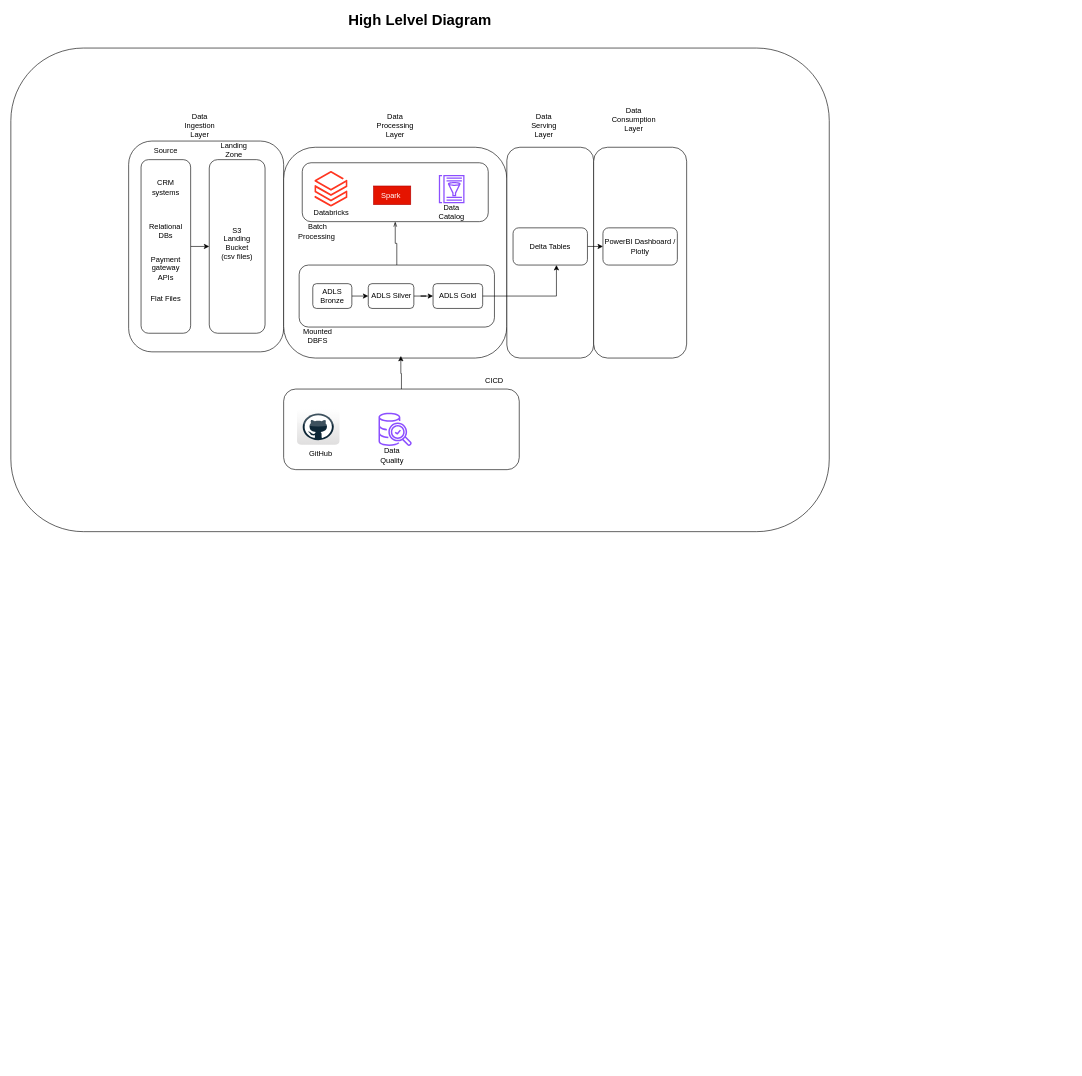
The draw.io diagram Retailer Sales Performance.drawio in SanjibSaikia/Bayer-Hackathon, before the edit. Source tidied: cells renumbered, new cells numbered last; positions are measured from the earlier drawing's top-left corner, leaving out a move shared by most shapes. Both pictures are drawn from the tidied source at 62%, with x=0, y=0 at pixel (11, 11).
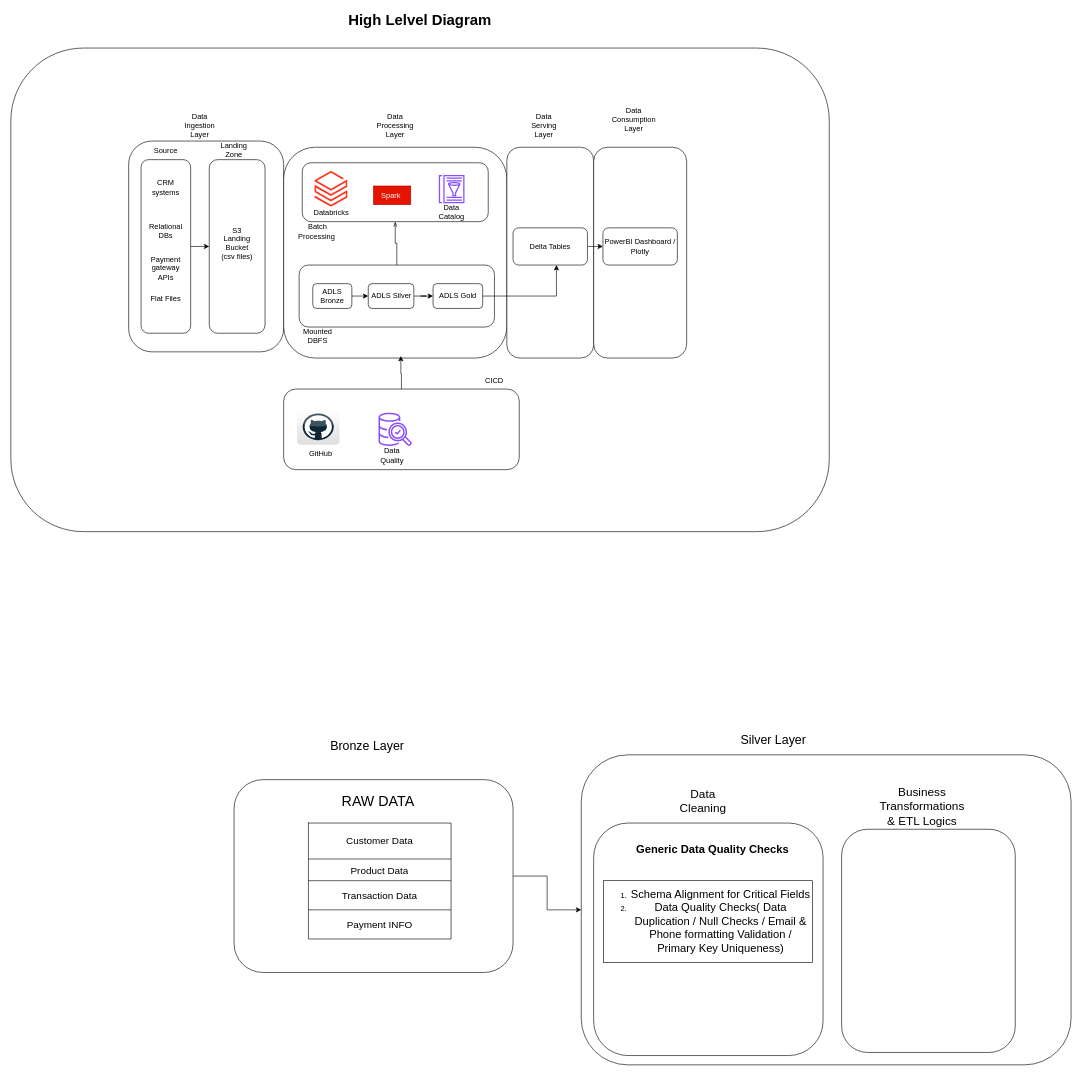
Above is the later version.

Diff of the diagram source:
```diff
@@
+    <mxCell id="48" style="edgeStyle=orthogonalEdgeStyle;rounded=0;jettySize=auto;html=1;entryX=0;entryY=0.5;entryDx=0;entryDy=0;" parent="1" edge="1" source="49" target="50">
+      <mxGeometry relative="1" as="geometry" />
+    </mxCell>
+    <mxCell id="49" style="rounded=1;whiteSpace=wrap;html=1;" parent="1" vertex="1">
+      <mxGeometry x="360" y="1240" width="450" height="311" as="geometry" />
+    </mxCell>
+    <mxCell id="50" style="rounded=1;whiteSpace=wrap;html=1;" parent="1" vertex="1">
+      <mxGeometry x="920" y="1200" width="790" height="500" as="geometry" />
+    </mxCell>
+    <mxCell id="51" style="shape=table;startSize=0;childLayout=tableLayout;fontSize=16;" parent="1" vertex="1">
+      <mxGeometry x="480" y="1310" width="230" height="187" as="geometry" />
+    </mxCell>
+    <mxCell id="52" style="shape=tableRow;horizontal=0;startSize=0;swimlaneHead=0;swimlaneBody=0;strokeColor=inherit;top=0;left=0;bottom=0;right=0;fillColor=none;fontSize=16;" parent="51" vertex="1">
+      <mxGeometry width="230" height="58" as="geometry" />
+    </mxCell>
+    <mxCell id="53" value="Customer Data" style="shape=partialRectangle;html=1;whiteSpace=wrap;strokeColor=inherit;overflow=hidden;fillColor=none;top=0;left=0;bottom=0;right=0;fontSize=16;" parent="52" vertex="1">
+      <mxGeometry width="230" height="58" as="geometry" />
+    </mxCell>
+    <mxCell id="54" style="shape=tableRow;horizontal=0;startSize=0;swimlaneHead=0;swimlaneBody=0;strokeColor=inherit;top=0;left=0;bottom=0;right=0;fillColor=none;fontSize=16;" parent="51" vertex="1">
+      <mxGeometry y="58" width="230" height="35" as="geometry" />
+    </mxCell>
+    <mxCell id="55" value="Product Data" style="shape=partialRectangle;html=1;whiteSpace=wrap;strokeColor=inherit;overflow=hidden;fillColor=none;top=0;left=0;bottom=0;right=0;fontSize=16;" parent="54" vertex="1">
+      <mxGeometry width="230" height="35" as="geometry" />
+    </mxCell>
+    <mxCell id="56" style="shape=tableRow;horizontal=0;startSize=0;swimlaneHead=0;swimlaneBody=0;strokeColor=inherit;top=0;left=0;bottom=0;right=0;fillColor=none;fontSize=16;" parent="51" vertex="1">
+      <mxGeometry y="93" width="230" height="47" as="geometry" />
+    </mxCell>
+    <mxCell id="57" value="Transaction Data" style="shape=partialRectangle;html=1;whiteSpace=wrap;strokeColor=inherit;overflow=hidden;fillColor=none;top=0;left=0;bottom=0;right=0;fontSize=16;" parent="56" vertex="1">
+      <mxGeometry width="230" height="47" as="geometry" />
+    </mxCell>
+    <mxCell id="58" style="shape=tableRow;horizontal=0;startSize=0;swimlaneHead=0;swimlaneBody=0;strokeColor=inherit;top=0;left=0;bottom=0;right=0;fillColor=none;fontSize=16;" parent="51" vertex="1">
+      <mxGeometry y="140" width="230" height="47" as="geometry" />
+    </mxCell>
+    <mxCell id="59" value="Payment INFO" style="shape=partialRectangle;html=1;whiteSpace=wrap;strokeColor=inherit;overflow=hidden;fillColor=none;top=0;left=0;bottom=0;right=0;fontSize=16;" parent="58" vertex="1">
+      <mxGeometry width="230" height="47" as="geometry" />
+    </mxCell>
+    <mxCell id="60" value="&lt;font style=&quot;font-size: 23px;&quot;&gt;RAW DATA&lt;/font&gt;" style="text;html=1;whiteSpace=wrap;strokeColor=none;fillColor=none;align=center;verticalAlign=middle;rounded=0;" parent="1" vertex="1">
+      <mxGeometry x="490" y="1260" width="205" height="30" as="geometry" />
+    </mxCell>
+    <mxCell id="61" value="&lt;font style=&quot;font-size: 20px;&quot;&gt;Bronze Layer&lt;/font&gt;" style="text;html=1;whiteSpace=wrap;strokeColor=none;fillColor=none;align=center;verticalAlign=middle;rounded=0;" parent="1" vertex="1">
+      <mxGeometry x="505" y="1170" width="140" height="30" as="geometry" />
+    </mxCell>
+    <mxCell id="62" value="&lt;font style=&quot;font-size: 20px;&quot;&gt;Silver Layer&lt;/font&gt;" style="text;html=1;whiteSpace=wrap;strokeColor=none;fillColor=none;align=center;verticalAlign=middle;rounded=0;" parent="1" vertex="1">
+      <mxGeometry x="1160" y="1160" width="140" height="30" as="geometry" />
+    </mxCell>
+    <mxCell id="63" style="rounded=1;whiteSpace=wrap;html=1;" parent="1" vertex="1">
+      <mxGeometry x="1340" y="1320" width="280" height="360" as="geometry" />
+    </mxCell>
+    <mxCell id="64" value="&lt;font style=&quot;font-size: 19px;&quot;&gt;Data Cleaning&lt;/font&gt;" style="text;html=1;whiteSpace=wrap;strokeColor=none;fillColor=none;align=center;verticalAlign=middle;rounded=0;" parent="1" vertex="1">
+      <mxGeometry x="1060" y="1260" width="113" height="30" as="geometry" />
+    </mxCell>
+    <mxCell id="65" value="&lt;ol&gt;&lt;li&gt;&lt;span style=&quot;font-size: 18px; background-color: transparent; color: light-dark(rgb(0, 0, 0), rgb(255, 255, 255));&quot;&gt;Schema Alignment for Critical Fields&lt;/span&gt;&lt;/li&gt;&lt;li&gt;&lt;span style=&quot;font-size: 18px; text-align: left; background-color: transparent; color: light-dark(rgb(0, 0, 0), rgb(255, 255, 255));&quot;&gt;Data Quality Checks( Data Duplication / Null Checks / Email &amp;amp; Phone formatting Validation / Primary Key Uniqueness)&lt;/span&gt;&lt;/li&gt;&lt;/ol&gt;" style="text;html=1;whiteSpace=wrap;strokeColor=none;fillColor=none;align=center;verticalAlign=middle;rounded=0;labelBorderColor=default;" parent="1" vertex="1">
+      <mxGeometry x="955" y="1368" width="340" height="202" as="geometry" />
+    </mxCell>
+    <mxCell id="66" value="&lt;font style=&quot;font-size: 18px;&quot;&gt;Generic Data Quality Checks&lt;/font&gt;" style="text;html=1;whiteSpace=wrap;strokeColor=none;fillColor=none;align=center;verticalAlign=middle;rounded=0;fontStyle=1;" parent="1" vertex="1">
+      <mxGeometry x="1006.5" y="1338" width="250" height="30" as="geometry" />
+    </mxCell>
+    <mxCell id="67" style="rounded=1;whiteSpace=wrap;html=1;fillColor=none;" parent="1" vertex="1">
+      <mxGeometry x="940" y="1310" width="370" height="375" as="geometry" />
+    </mxCell>
+    <mxCell id="68" value="&lt;font style=&quot;font-size: 19px;&quot;&gt;Business Transformations &amp;amp; ETL Logics&lt;/font&gt;" style="text;html=1;whiteSpace=wrap;strokeColor=none;fillColor=none;align=center;verticalAlign=middle;rounded=0;" parent="1" vertex="1">
+      <mxGeometry x="1440" y="1269" width="60" height="30" as="geometry" />
+    </mxCell>
```
